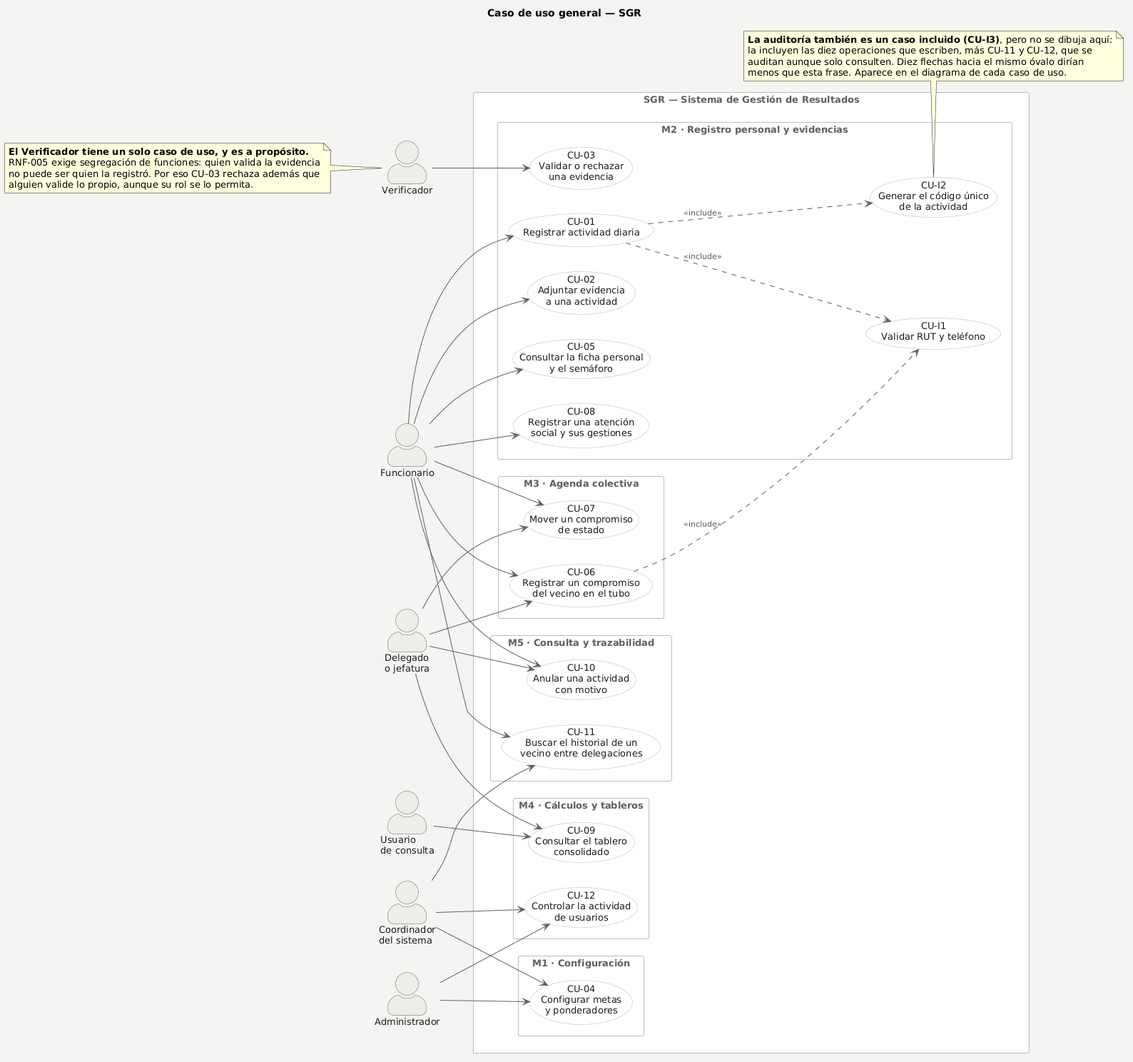
Above: docs/entrega/puml/09-casos-uso-general.png in TIbacache/matriz-sgr (PlantUML), before the change.
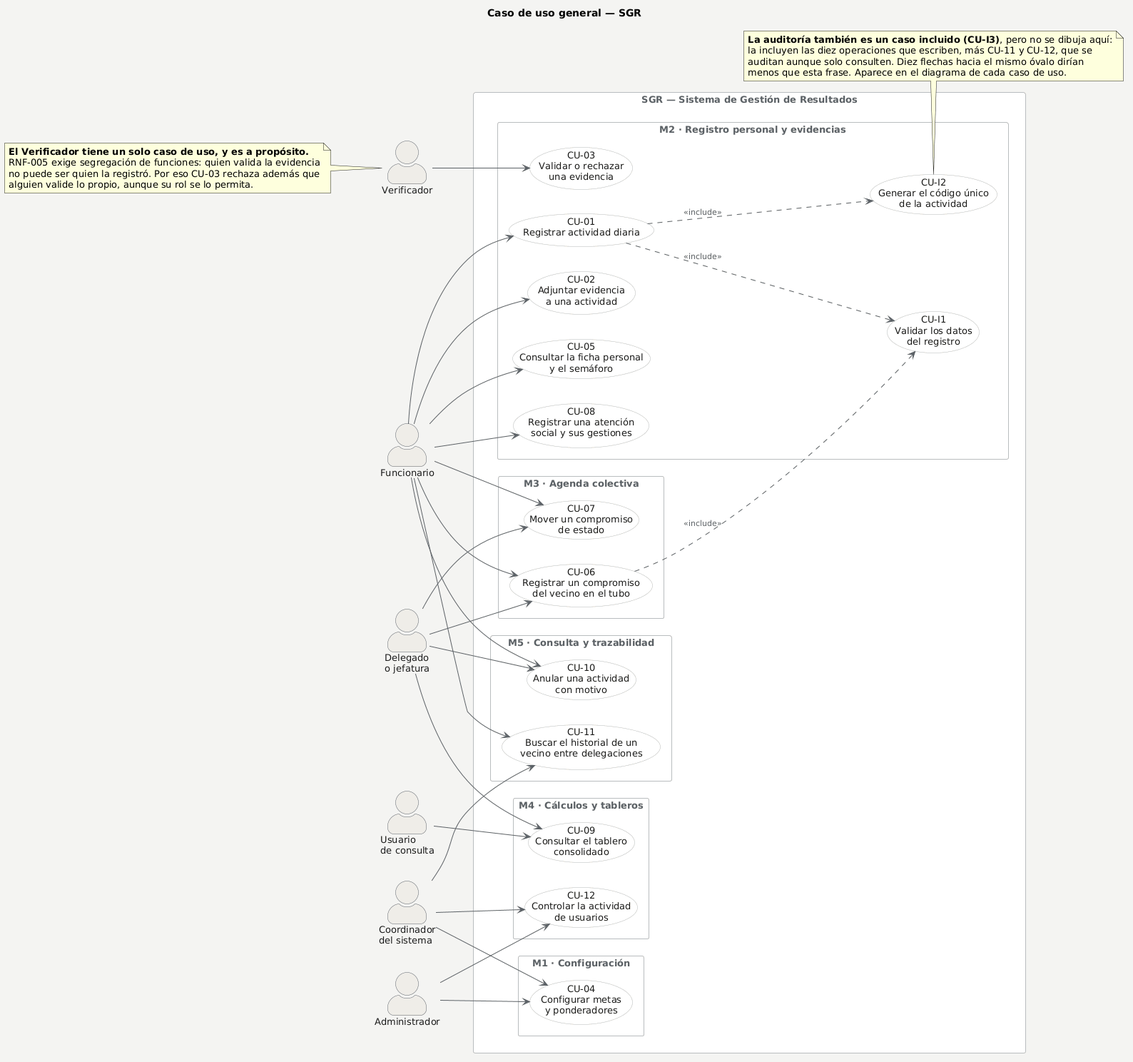
The same diagram one commit later.

Commit message:
docs(entrega): criterio 3 - caso de uso general y casos de extension

The edit, as a diff of the source:
```diff
@@ -42,7 +42,7 @@
     usecase "CU-03\nValidar o rechazar\nuna evidencia" as CU03
     usecase "CU-05\nConsultar la ficha personal\ny el semáforo" as CU05
     usecase "CU-08\nRegistrar una atención\nsocial y sus gestiones" as CU08
-    usecase "CU-I1\nValidar RUT y teléfono" as CUI1
+    usecase "CU-I1\nValidar los datos\ndel registro" as CUI1
     usecase "CU-I2\nGenerar el código único\nde la actividad" as CUI2
   }
 
```
